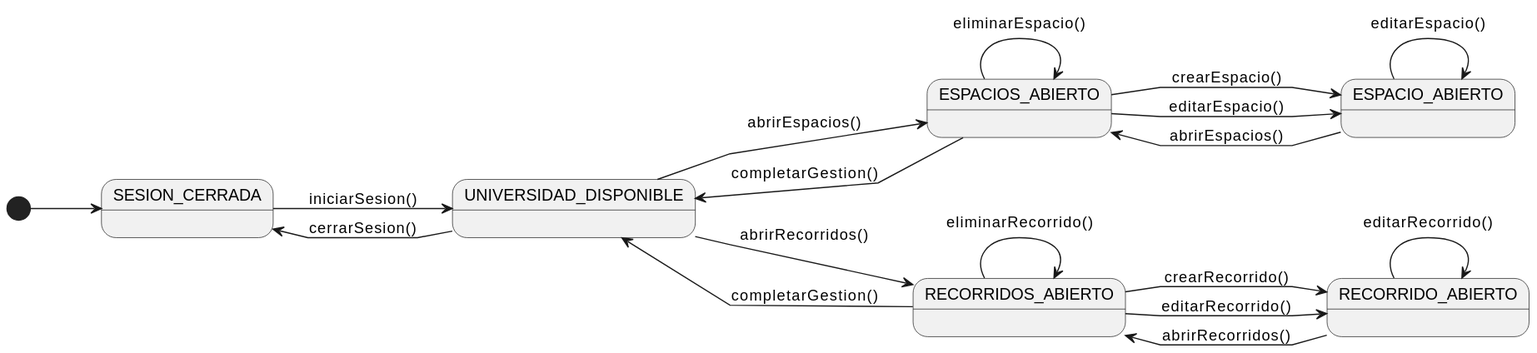
Above: documentos/01-casoDeUso/2-DiagramaDeContexto/diagramaDeContextoAdministrador.svg in Camila-Lesly/25-26-idsw1-sdr (PlantUML), before the change. The source it was exported from:
```plantuml
@startuml
left to right direction
skinparam linetype polyline

state "SESION_CERRADA" as NoAuth
state "UNIVERSIDAD_DISPONIBLE" as Menu

state "ESPACIOS_ABIERTO" as ListEspacios
state "ESPACIO_ABIERTO" as EditEspacio
state "RECORRIDOS_ABIERTO" as ListRecorridos
state "RECORRIDO_ABIERTO" as EditRecorrido

[*] --> NoAuth

NoAuth --> Menu : iniciarSesion()

Menu --> NoAuth : cerrarSesion()
Menu --> ListEspacios: abrirEspacios()
Menu --> ListRecorridos: abrirRecorridos()


ListEspacios --> EditEspacio: crearEspacio()
ListEspacios --> EditEspacio: editarEspacio()
ListEspacios --> ListEspacios: eliminarEspacio()

EditEspacio --> EditEspacio: editarEspacio()
EditEspacio --> ListEspacios: abrirEspacios()

ListRecorridos --> EditRecorrido: crearRecorrido()
ListRecorridos --> EditRecorrido: editarRecorrido()
ListRecorridos --> ListRecorridos: eliminarRecorrido()

EditRecorrido --> EditRecorrido: editarRecorrido()
EditRecorrido --> ListRecorridos: abrirRecorridos()


ListEspacios --> Menu: completarGestion()
ListRecorridos --> Menu: completarGestion()
@enduml
```
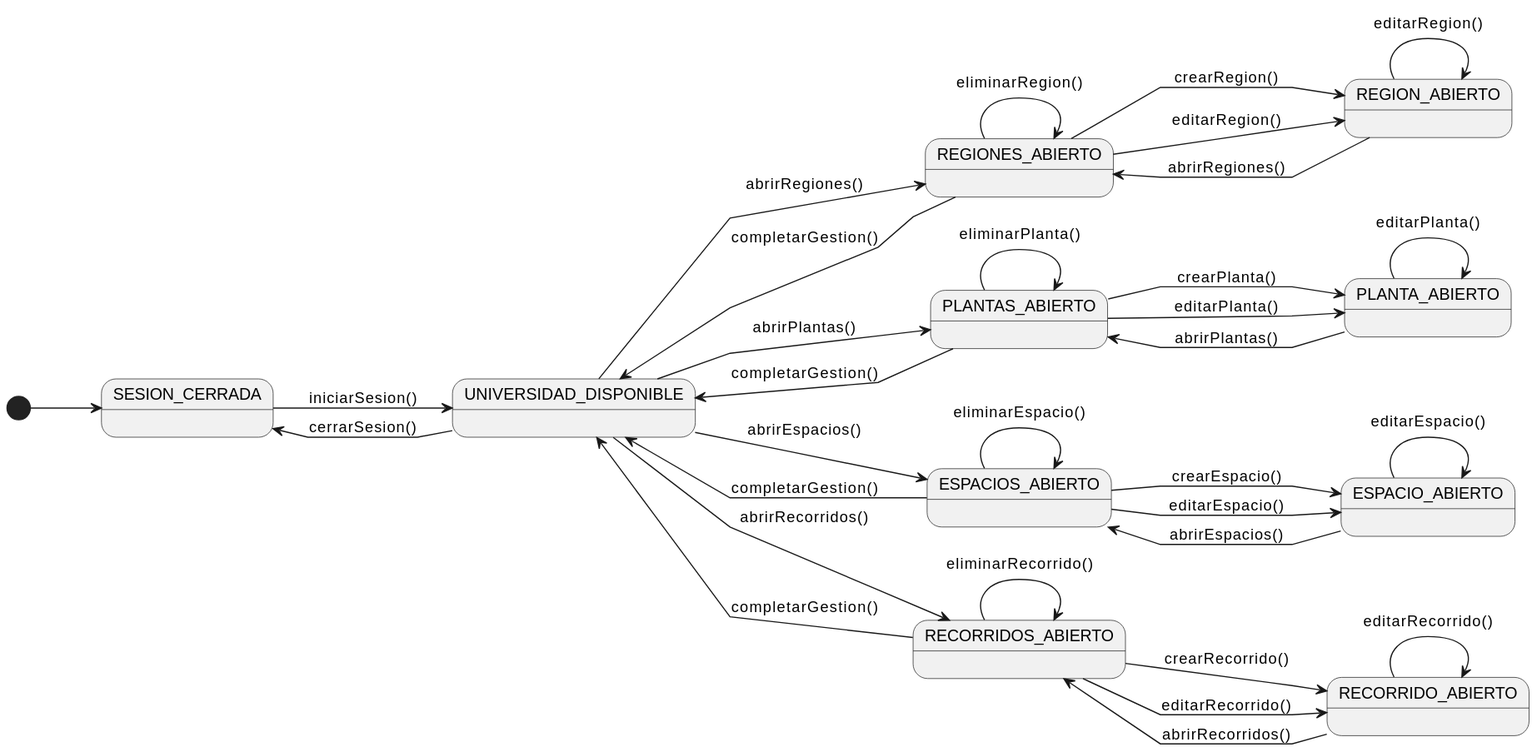
After the change.

Commit message:
refactor: new iteration of admin context diagram

The edit, as a diff of the source:
```diff
@@ -3,8 +3,12 @@
 skinparam linetype polyline
 
 state "SESION_CERRADA" as NoAuth
-state "UNIVERSIDAD_DISPONIBLE" as Menu
+state "UNIVERSIDAD_DISPONIBLE" as UnivDisponible
 
+state "REGIONES_ABIERTO" as ListRegiones
+state "REGION_ABIERTO" as EditRegion
+state "PLANTAS_ABIERTO" as ListPlantas
+state "PLANTA_ABIERTO" as EditPlanta
 state "ESPACIOS_ABIERTO" as ListEspacios
 state "ESPACIO_ABIERTO" as EditEspacio
 state "RECORRIDOS_ABIERTO" as ListRecorridos
@@ -12,28 +16,39 @@
 
 [*] --> NoAuth
 
-NoAuth --> Menu : iniciarSesion()
+NoAuth --> UnivDisponible : iniciarSesion()
+UnivDisponible --> NoAuth : cerrarSesion()
 
-Menu --> NoAuth : cerrarSesion()
-Menu --> ListEspacios: abrirEspacios()
-Menu --> ListRecorridos: abrirRecorridos()
+UnivDisponible --> ListRegiones : abrirRegiones()
+ListRegiones --> UnivDisponible : completarGestion()
+UnivDisponible --> ListPlantas : abrirPlantas()
+ListPlantas --> UnivDisponible : completarGestion()
+UnivDisponible --> ListEspacios : abrirEspacios()
+ListEspacios --> UnivDisponible : completarGestion()
+UnivDisponible --> ListRecorridos : abrirRecorridos()
+ListRecorridos --> UnivDisponible : completarGestion()
 
+ListRegiones --> EditRegion: crearRegion()
+ListRegiones --> EditRegion: editarRegion()
+ListRegiones --> ListRegiones: eliminarRegion()
+EditRegion --> EditRegion: editarRegion()
+EditRegion --> ListRegiones: abrirRegiones()
+
+ListPlantas --> EditPlanta: crearPlanta()
+ListPlantas --> EditPlanta: editarPlanta()
+ListPlantas --> ListPlantas: eliminarPlanta()
+EditPlanta --> EditPlanta: editarPlanta()
+EditPlanta --> ListPlantas: abrirPlantas()
 
 ListEspacios --> EditEspacio: crearEspacio()
 ListEspacios --> EditEspacio: editarEspacio()
 ListEspacios --> ListEspacios: eliminarEspacio()
-
 EditEspacio --> EditEspacio: editarEspacio()
 EditEspacio --> ListEspacios: abrirEspacios()
 
 ListRecorridos --> EditRecorrido: crearRecorrido()
 ListRecorridos --> EditRecorrido: editarRecorrido()
 ListRecorridos --> ListRecorridos: eliminarRecorrido()
-
 EditRecorrido --> EditRecorrido: editarRecorrido()
 EditRecorrido --> ListRecorridos: abrirRecorridos()
-
-
-ListEspacios --> Menu: completarGestion()
-ListRecorridos --> Menu: completarGestion()
 @enduml
```
